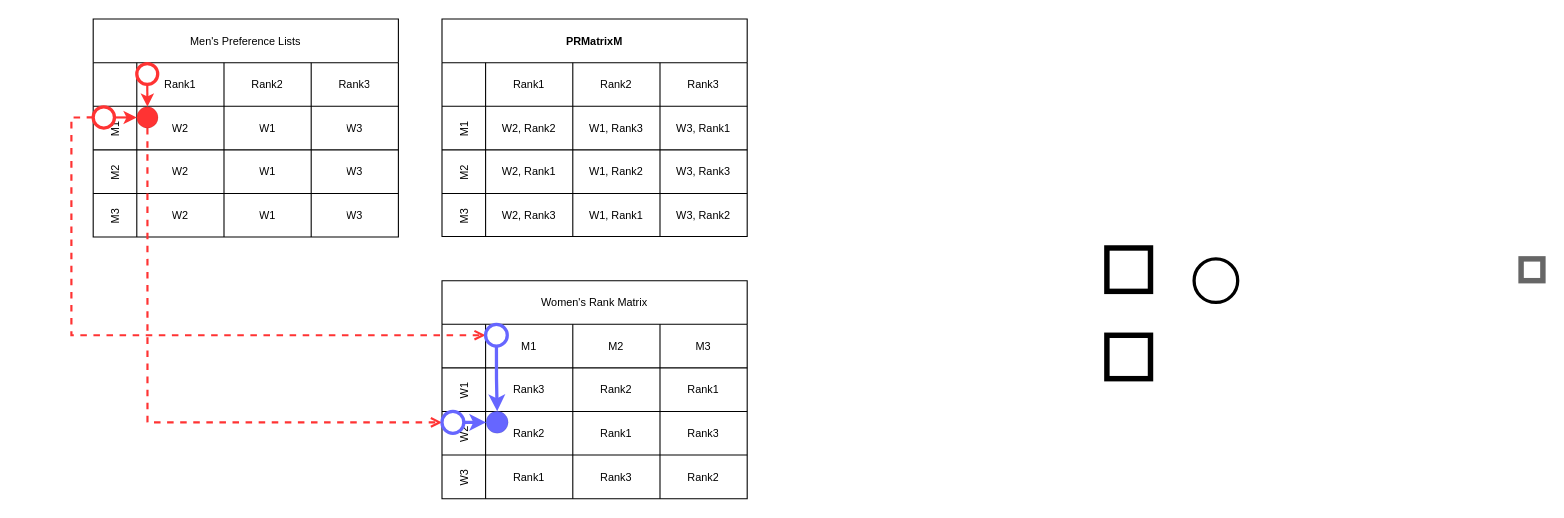
This is PRMatrix.drawio from victorliu-sq/BambooSMP-Figures, a draw.io file, before an edit. Source tidied: cells renumbered, new cells numbered last; positions are measured from the earlier drawing's top-left corner, leaving out a move shared by most shapes. Both pictures are drawn from the tidied source at 109%, with x=0, y=0 at pixel (93, 19).
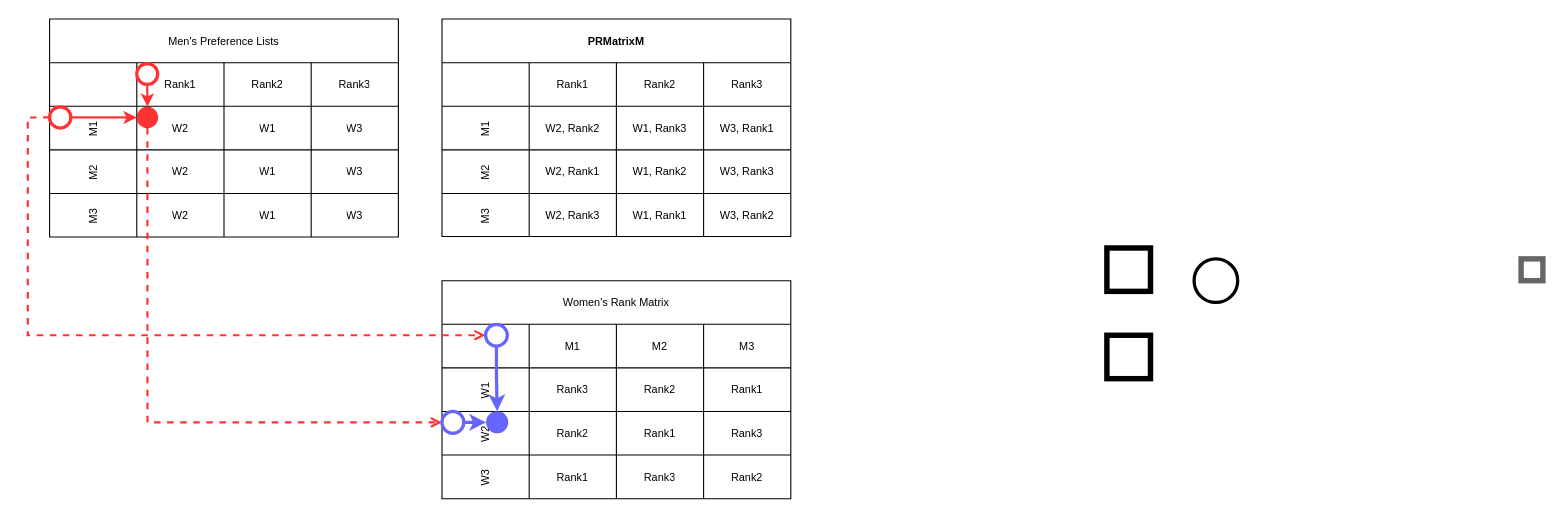
After the change.

The edit, as a diff of the source:
```diff
@@
     <mxCell id="2" value="Men's Preference Lists" style="shape=table;startSize=40;childLayout=tableLayout;resizeLastRow=0;fontStyle=0;fontSize=10;" parent="1" vertex="1">
-      <mxGeometry width="280" height="200" as="geometry" />
+      <mxGeometry x="-40" width="320" height="200" as="geometry" />
     </mxCell>
-    <mxCell id="3" style="shape=tableRow;horizontal=0;startSize=40;swimlaneHead=0;swimlaneBody=0;strokeColor=inherit;top=0;left=0;bottom=0;right=0;fillColor=none;fontSize=10;" parent="2" vertex="1">
-      <mxGeometry y="40" width="280" height="40" as="geometry" />
+    <mxCell id="3" style="shape=tableRow;horizontal=0;startSize=80;swimlaneHead=0;swimlaneBody=0;strokeColor=inherit;top=0;left=0;bottom=0;right=0;fillColor=none;fontSize=10;" parent="2" vertex="1">
+      <mxGeometry y="40" width="320" height="40" as="geometry" />
     </mxCell>
     <mxCell id="4" value="Rank1" style="shape=partialRectangle;html=1;whiteSpace=wrap;strokeColor=inherit;overflow=hidden;fillColor=none;top=0;left=0;bottom=0;right=0;fontSize=10;" parent="3" vertex="1">
-      <mxGeometry x="40" width="80" height="40" as="geometry" />
+      <mxGeometry x="80" width="80" height="40" as="geometry" />
     </mxCell>
     <mxCell id="5" value="Rank2" style="shape=partialRectangle;html=1;whiteSpace=wrap;strokeColor=inherit;overflow=hidden;fillColor=none;top=0;left=0;bottom=0;right=0;fontSize=10;" parent="3" vertex="1">
-      <mxGeometry x="120" width="80" height="40" as="geometry" />
+      <mxGeometry x="160" width="80" height="40" as="geometry" />
     </mxCell>
     <mxCell id="6" value="Rank3" style="shape=partialRectangle;html=1;whiteSpace=wrap;strokeColor=inherit;overflow=hidden;fillColor=none;top=0;left=0;bottom=0;right=0;strokeWidth=1;fontSize=10;" parent="3" vertex="1">
-      <mxGeometry x="200" width="80" height="40" as="geometry" />
+      <mxGeometry x="240" width="80" height="40" as="geometry" />
     </mxCell>
-    <mxCell id="7" value="M1" style="shape=tableRow;horizontal=0;startSize=40;swimlaneHead=0;swimlaneBody=0;strokeColor=inherit;top=0;left=0;bottom=0;right=0;fillColor=none;fontSize=10;" parent="2" vertex="1">
-      <mxGeometry y="80" width="280" height="40" as="geometry" />
+    <mxCell id="7" value="M1" style="shape=tableRow;horizontal=0;startSize=80;swimlaneHead=0;swimlaneBody=0;strokeColor=inherit;top=0;left=0;bottom=0;right=0;fillColor=none;fontSize=10;" parent="2" vertex="1">
+      <mxGeometry y="80" width="320" height="40" as="geometry" />
     </mxCell>
     <mxCell id="8" value="W2" style="shape=partialRectangle;html=1;whiteSpace=wrap;overflow=hidden;top=0;left=0;bottom=0;right=0;strokeColor=default;fillColor=none;fontSize=10;" parent="7" vertex="1">
-      <mxGeometry x="40" width="80" height="40" as="geometry" />
+      <mxGeometry x="80" width="80" height="40" as="geometry" />
     </mxCell>
     <mxCell id="9" value="W1" style="shape=partialRectangle;html=1;whiteSpace=wrap;overflow=hidden;top=0;left=0;bottom=0;right=0;fillColor=none;labelBackgroundColor=none;labelBorderColor=none;strokeColor=default;shadow=0;backgroundOutline=0;fontSize=10;" parent="7" vertex="1">
-      <mxGeometry x="120" width="80" height="40" as="geometry" />
+      <mxGeometry x="160" width="80" height="40" as="geometry" />
     </mxCell>
     <mxCell id="10" value="W3" style="shape=partialRectangle;html=1;whiteSpace=wrap;overflow=hidden;top=0;left=0;bottom=0;right=0;fillColor=none;fontSize=10;" parent="7" vertex="1">
-      <mxGeometry x="200" width="80" height="40" as="geometry" />
+      <mxGeometry x="240" width="80" height="40" as="geometry" />
     </mxCell>
-    <mxCell id="11" value="M2" style="shape=tableRow;horizontal=0;startSize=40;swimlaneHead=0;swimlaneBody=0;strokeColor=inherit;top=0;left=0;bottom=0;right=0;fillColor=none;fontSize=10;" parent="2" vertex="1">
-      <mxGeometry y="120" width="280" height="40" as="geometry" />
+    <mxCell id="11" value="M2" style="shape=tableRow;horizontal=0;startSize=80;swimlaneHead=0;swimlaneBody=0;strokeColor=inherit;top=0;left=0;bottom=0;right=0;fillColor=none;fontSize=10;" parent="2" vertex="1">
+      <mxGeometry y="120" width="320" height="40" as="geometry" />
     </mxCell>
     <mxCell id="12" value="W2" style="shape=partialRectangle;html=1;whiteSpace=wrap;overflow=hidden;top=0;left=0;bottom=0;right=0;strokeOpacity=100;fillColor=none;fontSize=10;" parent="11" vertex="1">
-      <mxGeometry x="40" width="80" height="40" as="geometry" />
+      <mxGeometry x="80" width="80" height="40" as="geometry" />
     </mxCell>
     <mxCell id="13" value="W1" style="shape=partialRectangle;html=1;whiteSpace=wrap;strokeColor=inherit;overflow=hidden;fillColor=none;top=0;left=0;bottom=0;right=0;fontSize=10;" parent="11" vertex="1">
-      <mxGeometry x="120" width="80" height="40" as="geometry" />
+      <mxGeometry x="160" width="80" height="40" as="geometry" />
     </mxCell>
     <mxCell id="14" value="W3" style="shape=partialRectangle;html=1;whiteSpace=wrap;strokeColor=inherit;overflow=hidden;fillColor=none;top=0;left=0;bottom=0;right=0;fontSize=10;" parent="11" vertex="1">
-      <mxGeometry x="200" width="80" height="40" as="geometry" />
+      <mxGeometry x="240" width="80" height="40" as="geometry" />
     </mxCell>
-    <mxCell id="15" value="M3" style="shape=tableRow;horizontal=0;startSize=40;swimlaneHead=0;swimlaneBody=0;strokeColor=inherit;top=0;left=0;bottom=0;right=0;fillColor=none;fontSize=10;" parent="2" vertex="1">
-      <mxGeometry y="160" width="280" height="40" as="geometry" />
+    <mxCell id="15" value="M3" style="shape=tableRow;horizontal=0;startSize=80;swimlaneHead=0;swimlaneBody=0;strokeColor=inherit;top=0;left=0;bottom=0;right=0;fillColor=none;fontSize=10;" parent="2" vertex="1">
+      <mxGeometry y="160" width="320" height="40" as="geometry" />
     </mxCell>
     <mxCell id="16" value="W2" style="shape=partialRectangle;html=1;whiteSpace=wrap;overflow=hidden;top=0;left=0;bottom=0;right=0;fillColor=none;fontSize=10;" parent="15" vertex="1">
-      <mxGeometry x="40" width="80" height="40" as="geometry" />
+      <mxGeometry x="80" width="80" height="40" as="geometry" />
     </mxCell>
     <mxCell id="17" value="W1" style="shape=partialRectangle;html=1;whiteSpace=wrap;overflow=hidden;top=0;left=0;bottom=0;right=0;fillColor=none;fontSize=10;" parent="15" vertex="1">
-      <mxGeometry x="120" width="80" height="40" as="geometry" />
+      <mxGeometry x="160" width="80" height="40" as="geometry" />
     </mxCell>
     <mxCell id="18" value="W3" style="shape=partialRectangle;html=1;whiteSpace=wrap;strokeColor=inherit;overflow=hidden;fillColor=none;top=0;left=0;bottom=0;right=0;fontSize=10;" parent="15" vertex="1">
-      <mxGeometry x="200" width="80" height="40" as="geometry" />
+      <mxGeometry x="240" width="80" height="40" as="geometry" />
     </mxCell>
     <mxCell id="19" value="Women's Rank Matrix" style="shape=table;startSize=40;childLayout=tableLayout;resizeLastRow=0;fontStyle=0;fontSize=10;" parent="1" vertex="1">
-      <mxGeometry x="320" y="240" width="280" height="200" as="geometry" />
+      <mxGeometry x="320" y="240" width="320" height="200" as="geometry" />
     </mxCell>
-    <mxCell id="20" style="shape=tableRow;horizontal=0;startSize=40;swimlaneHead=0;swimlaneBody=0;strokeColor=inherit;top=0;left=0;bottom=0;right=0;fillColor=none;fontSize=10;" parent="19" vertex="1">
-      <mxGeometry y="40" width="280" height="40" as="geometry" />
+    <mxCell id="20" style="shape=tableRow;horizontal=0;startSize=80;swimlaneHead=0;swimlaneBody=0;strokeColor=inherit;top=0;left=0;bottom=0;right=0;fillColor=none;fontSize=10;" parent="19" vertex="1">
+      <mxGeometry y="40" width="320" height="40" as="geometry" />
     </mxCell>
     <mxCell id="21" value="M1" style="shape=partialRectangle;html=1;whiteSpace=wrap;strokeColor=inherit;overflow=hidden;fillColor=none;top=0;left=0;bottom=0;right=0;fontSize=10;" parent="20" vertex="1">
-      <mxGeometry x="40" width="80" height="40" as="geometry" />
+      <mxGeometry x="80" width="80" height="40" as="geometry" />
     </mxCell>
     <mxCell id="22" value="M2" style="shape=partialRectangle;html=1;whiteSpace=wrap;strokeColor=inherit;overflow=hidden;fillColor=none;top=0;left=0;bottom=0;right=0;fontSize=10;" parent="20" vertex="1">
-      <mxGeometry x="120" width="80" height="40" as="geometry" />
+      <mxGeometry x="160" width="80" height="40" as="geometry" />
     </mxCell>
     <mxCell id="23" value="M3" style="shape=partialRectangle;html=1;whiteSpace=wrap;strokeColor=inherit;overflow=hidden;fillColor=none;top=0;left=0;bottom=0;right=0;strokeWidth=1;fontSize=10;" parent="20" vertex="1">
-      <mxGeometry x="200" width="80" height="40" as="geometry" />
+      <mxGeometry x="240" width="80" height="40" as="geometry" />
     </mxCell>
-    <mxCell id="24" value="W1" style="shape=tableRow;horizontal=0;startSize=40;swimlaneHead=0;swimlaneBody=0;strokeColor=inherit;top=0;left=0;bottom=0;right=0;fillColor=none;fontSize=10;" parent="19" vertex="1">
-      <mxGeometry y="80" width="280" height="40" as="geometry" />
+    <mxCell id="24" value="W1" style="shape=tableRow;horizontal=0;startSize=80;swimlaneHead=0;swimlaneBody=0;strokeColor=inherit;top=0;left=0;bottom=0;right=0;fillColor=none;fontSize=10;" parent="19" vertex="1">
+      <mxGeometry y="80" width="320" height="40" as="geometry" />
     </mxCell>
     <mxCell id="25" value="Rank3" style="shape=partialRectangle;html=1;whiteSpace=wrap;strokeColor=inherit;overflow=hidden;fillColor=none;top=0;left=0;bottom=0;right=0;fontSize=10;" parent="24" vertex="1">
-      <mxGeometry x="40" width="80" height="40" as="geometry" />
+      <mxGeometry x="80" width="80" height="40" as="geometry" />
     </mxCell>
     <mxCell id="26" value="Rank2" style="shape=partialRectangle;html=1;whiteSpace=wrap;strokeColor=inherit;overflow=hidden;fillColor=none;top=0;left=0;bottom=0;right=0;fontSize=10;" parent="24" vertex="1">
-      <mxGeometry x="120" width="80" height="40" as="geometry" />
+      <mxGeometry x="160" width="80" height="40" as="geometry" />
     </mxCell>
     <mxCell id="27" value="Rank1" style="shape=partialRectangle;html=1;whiteSpace=wrap;strokeColor=inherit;overflow=hidden;fillColor=none;top=0;left=0;bottom=0;right=0;fontSize=10;" parent="24" vertex="1">
-      <mxGeometry x="200" width="80" height="40" as="geometry" />
+      <mxGeometry x="240" width="80" height="40" as="geometry" />
     </mxCell>
-    <mxCell id="28" value="W2" style="shape=tableRow;horizontal=0;startSize=40;swimlaneHead=0;swimlaneBody=0;strokeColor=inherit;top=0;left=0;bottom=0;right=0;fillColor=none;fontSize=10;" parent="19" vertex="1">
-      <mxGeometry y="120" width="280" height="40" as="geometry" />
+    <mxCell id="28" value="W2" style="shape=tableRow;horizontal=0;startSize=80;swimlaneHead=0;swimlaneBody=0;strokeColor=inherit;top=0;left=0;bottom=0;right=0;fillColor=none;fontSize=10;" parent="19" vertex="1">
+      <mxGeometry y="120" width="320" height="40" as="geometry" />
     </mxCell>
     <mxCell id="29" value="Rank2" style="shape=partialRectangle;html=1;whiteSpace=wrap;strokeColor=inherit;overflow=hidden;fillColor=none;top=0;left=0;bottom=0;right=0;fontSize=10;" parent="28" vertex="1">
-      <mxGeometry x="40" width="80" height="40" as="geometry" />
+      <mxGeometry x="80" width="80" height="40" as="geometry" />
     </mxCell>
     <mxCell id="30" value="Rank1" style="shape=partialRectangle;html=1;whiteSpace=wrap;strokeColor=inherit;overflow=hidden;fillColor=none;top=0;left=0;bottom=0;right=0;fontSize=10;" parent="28" vertex="1">
-      <mxGeometry x="120" width="80" height="40" as="geometry" />
+      <mxGeometry x="160" width="80" height="40" as="geometry" />
     </mxCell>
     <mxCell id="31" value="Rank3" style="shape=partialRectangle;html=1;whiteSpace=wrap;strokeColor=inherit;overflow=hidden;fillColor=none;top=0;left=0;bottom=0;right=0;fontSize=10;" parent="28" vertex="1">
-      <mxGeometry x="200" width="80" height="40" as="geometry" />
+      <mxGeometry x="240" width="80" height="40" as="geometry" />
     </mxCell>
-    <mxCell id="32" value="W3" style="shape=tableRow;horizontal=0;startSize=40;swimlaneHead=0;swimlaneBody=0;strokeColor=inherit;top=0;left=0;bottom=0;right=0;fillColor=none;fontSize=10;" parent="19" vertex="1">
-      <mxGeometry y="160" width="280" height="40" as="geometry" />
+    <mxCell id="32" value="W3" style="shape=tableRow;horizontal=0;startSize=80;swimlaneHead=0;swimlaneBody=0;strokeColor=inherit;top=0;left=0;bottom=0;right=0;fillColor=none;fontSize=10;" parent="19" vertex="1">
+      <mxGeometry y="160" width="320" height="40" as="geometry" />
     </mxCell>
     <mxCell id="33" value="Rank1" style="shape=partialRectangle;html=1;whiteSpace=wrap;strokeColor=inherit;overflow=hidden;fillColor=none;top=0;left=0;bottom=0;right=0;fontSize=10;" parent="32" vertex="1">
-      <mxGeometry x="40" width="80" height="40" as="geometry" />
+      <mxGeometry x="80" width="80" height="40" as="geometry" />
     </mxCell>
     <mxCell id="34" value="Rank3" style="shape=partialRectangle;html=1;whiteSpace=wrap;strokeColor=inherit;overflow=hidden;fillColor=none;top=0;left=0;bottom=0;right=0;fontSize=10;" parent="32" vertex="1">
-      <mxGeometry x="120" width="80" height="40" as="geometry" />
+      <mxGeometry x="160" width="80" height="40" as="geometry" />
     </mxCell>
     <mxCell id="35" value="Rank2" style="shape=partialRectangle;html=1;whiteSpace=wrap;strokeColor=inherit;overflow=hidden;fillColor=none;top=0;left=0;bottom=0;right=0;fontSize=10;" parent="32" vertex="1">
-      <mxGeometry x="200" width="80" height="40" as="geometry" />
+      <mxGeometry x="240" width="80" height="40" as="geometry" />
     </mxCell>
@@
     <mxCell id="40" value="PRMatrixM" style="shape=table;startSize=40;childLayout=tableLayout;resizeLastRow=0;fontStyle=1;fontSize=10;" parent="1" vertex="1">
-      <mxGeometry x="320" width="280" height="199.5" as="geometry" />
+      <mxGeometry x="320" width="320" height="199.5" as="geometry" />
     </mxCell>
-    <mxCell id="41" style="shape=tableRow;horizontal=0;startSize=40;swimlaneHead=0;swimlaneBody=0;strokeColor=inherit;top=0;left=0;bottom=0;right=0;fillColor=none;fontSize=10;" parent="40" vertex="1">
-      <mxGeometry y="40" width="280" height="40" as="geometry" />
+    <mxCell id="41" style="shape=tableRow;horizontal=0;startSize=80;swimlaneHead=0;swimlaneBody=0;strokeColor=inherit;top=0;left=0;bottom=0;right=0;fillColor=none;fontSize=10;" parent="40" vertex="1">
+      <mxGeometry y="40" width="320" height="40" as="geometry" />
     </mxCell>
     <mxCell id="42" value="Rank1" style="shape=partialRectangle;html=1;whiteSpace=wrap;strokeColor=inherit;overflow=hidden;fillColor=none;top=0;left=0;bottom=0;right=0;fontSize=10;" parent="41" vertex="1">
-      <mxGeometry x="40" width="80" height="40" as="geometry" />
+      <mxGeometry x="80" width="80" height="40" as="geometry" />
     </mxCell>
     <mxCell id="43" value="Rank2" style="shape=partialRectangle;html=1;whiteSpace=wrap;strokeColor=inherit;overflow=hidden;fillColor=none;top=0;left=0;bottom=0;right=0;fontSize=10;" parent="41" vertex="1">
-      <mxGeometry x="120" width="80" height="40" as="geometry" />
+      <mxGeometry x="160" width="80" height="40" as="geometry" />
     </mxCell>
     <mxCell id="44" value="Rank3" style="shape=partialRectangle;html=1;whiteSpace=wrap;strokeColor=inherit;overflow=hidden;fillColor=none;top=0;left=0;bottom=0;right=0;strokeWidth=1;fontSize=10;" parent="41" vertex="1">
-      <mxGeometry x="200" width="80" height="40" as="geometry" />
+      <mxGeometry x="240" width="80" height="40" as="geometry" />
     </mxCell>
-    <mxCell id="45" value="M1" style="shape=tableRow;horizontal=0;startSize=40;swimlaneHead=0;swimlaneBody=0;strokeColor=inherit;top=0;left=0;bottom=0;right=0;fillColor=none;fontSize=10;" parent="40" vertex="1">
-      <mxGeometry y="80" width="280" height="40" as="geometry" />
+    <mxCell id="45" value="M1" style="shape=tableRow;horizontal=0;startSize=80;swimlaneHead=0;swimlaneBody=0;strokeColor=inherit;top=0;left=0;bottom=0;right=0;fillColor=none;fontSize=10;" parent="40" vertex="1">
+      <mxGeometry y="80" width="320" height="40" as="geometry" />
     </mxCell>
     <mxCell id="46" value="W2, Rank2" style="shape=partialRectangle;html=1;whiteSpace=wrap;overflow=hidden;top=0;left=0;bottom=0;right=0;strokeColor=default;fillColor=none;fontSize=10;" parent="45" vertex="1">
-      <mxGeometry x="40" width="80" height="40" as="geometry" />
+      <mxGeometry x="80" width="80" height="40" as="geometry" />
     </mxCell>
     <mxCell id="47" value="W1, Rank3" style="shape=partialRectangle;html=1;whiteSpace=wrap;overflow=hidden;top=0;left=0;bottom=0;right=0;fillColor=none;labelBackgroundColor=none;labelBorderColor=none;strokeColor=default;shadow=0;backgroundOutline=0;fontSize=10;" parent="45" vertex="1">
-      <mxGeometry x="120" width="80" height="40" as="geometry" />
+      <mxGeometry x="160" width="80" height="40" as="geometry" />
     </mxCell>
     <mxCell id="48" value="W3, Rank1" style="shape=partialRectangle;html=1;whiteSpace=wrap;overflow=hidden;top=0;left=0;bottom=0;right=0;fillColor=none;fontSize=10;" parent="45" vertex="1">
-      <mxGeometry x="200" width="80" height="40" as="geometry" />
+      <mxGeometry x="240" width="80" height="40" as="geometry" />
     </mxCell>
-    <mxCell id="49" value="M2" style="shape=tableRow;horizontal=0;startSize=40;swimlaneHead=0;swimlaneBody=0;strokeColor=inherit;top=0;left=0;bottom=0;right=0;fillColor=none;fontSize=10;" parent="40" vertex="1">
-      <mxGeometry y="120" width="280" height="40" as="geometry" />
+    <mxCell id="49" value="M2" style="shape=tableRow;horizontal=0;startSize=80;swimlaneHead=0;swimlaneBody=0;strokeColor=inherit;top=0;left=0;bottom=0;right=0;fillColor=none;fontSize=10;" parent="40" vertex="1">
+      <mxGeometry y="120" width="320" height="40" as="geometry" />
     </mxCell>
     <mxCell id="50" value="W2, Rank1" style="shape=partialRectangle;html=1;whiteSpace=wrap;overflow=hidden;top=0;left=0;bottom=0;right=0;strokeOpacity=100;fillColor=none;fontSize=10;" parent="49" vertex="1">
-      <mxGeometry x="40" width="80" height="40" as="geometry" />
+      <mxGeometry x="80" width="80" height="40" as="geometry" />
     </mxCell>
     <mxCell id="51" value="W1, Rank2" style="shape=partialRectangle;html=1;whiteSpace=wrap;strokeColor=inherit;overflow=hidden;fillColor=none;top=0;left=0;bottom=0;right=0;fontSize=10;" parent="49" vertex="1">
-      <mxGeometry x="120" width="80" height="40" as="geometry" />
+      <mxGeometry x="160" width="80" height="40" as="geometry" />
     </mxCell>
     <mxCell id="52" value="W3, Rank3" style="shape=partialRectangle;html=1;whiteSpace=wrap;strokeColor=inherit;overflow=hidden;fillColor=none;top=0;left=0;bottom=0;right=0;fontSize=10;" parent="49" vertex="1">
-      <mxGeometry x="200" width="80" height="40" as="geometry" />
+      <mxGeometry x="240" width="80" height="40" as="geometry" />
     </mxCell>
-    <mxCell id="53" value="M3" style="shape=tableRow;horizontal=0;startSize=40;swimlaneHead=0;swimlaneBody=0;strokeColor=inherit;top=0;left=0;bottom=0;right=0;fillColor=none;fontSize=10;" parent="40" vertex="1">
-      <mxGeometry y="160" width="280" height="40" as="geometry" />
+    <mxCell id="53" value="M3" style="shape=tableRow;horizontal=0;startSize=80;swimlaneHead=0;swimlaneBody=0;strokeColor=inherit;top=0;left=0;bottom=0;right=0;fillColor=none;fontSize=10;" parent="40" vertex="1">
+      <mxGeometry y="160" width="320" height="40" as="geometry" />
     </mxCell>
     <mxCell id="54" value="W2, Rank3" style="shape=partialRectangle;html=1;whiteSpace=wrap;overflow=hidden;top=0;left=0;bottom=0;right=0;fillColor=none;fontSize=10;" parent="53" vertex="1">
-      <mxGeometry x="40" width="80" height="40" as="geometry" />
+      <mxGeometry x="80" width="80" height="40" as="geometry" />
     </mxCell>
     <mxCell id="55" value="W1, Rank1" style="shape=partialRectangle;html=1;whiteSpace=wrap;overflow=hidden;top=0;left=0;bottom=0;right=0;fillColor=none;fontSize=10;" parent="53" vertex="1">
-      <mxGeometry x="120" width="80" height="40" as="geometry" />
+      <mxGeometry x="160" width="80" height="40" as="geometry" />
     </mxCell>
     <mxCell id="56" value="W3, Rank2" style="shape=partialRectangle;html=1;whiteSpace=wrap;strokeColor=inherit;overflow=hidden;fillColor=none;top=0;left=0;bottom=0;right=0;fontSize=10;" parent="53" vertex="1">
-      <mxGeometry x="200" width="80" height="40" as="geometry" />
+      <mxGeometry x="240" width="80" height="40" as="geometry" />
     </mxCell>
@@
     <mxCell id="63" style="ellipse;whiteSpace=wrap;html=1;gradientColor=none;strokeWidth=3;fillColor=#FFFFFF;strokeColor=#FF3333;" parent="1" vertex="1">
-      <mxGeometry y="80.5" width="19.5" height="19.5" as="geometry" />
+      <mxGeometry x="-40" y="80.5" width="19.5" height="19.5" as="geometry" />
     </mxCell>
```
